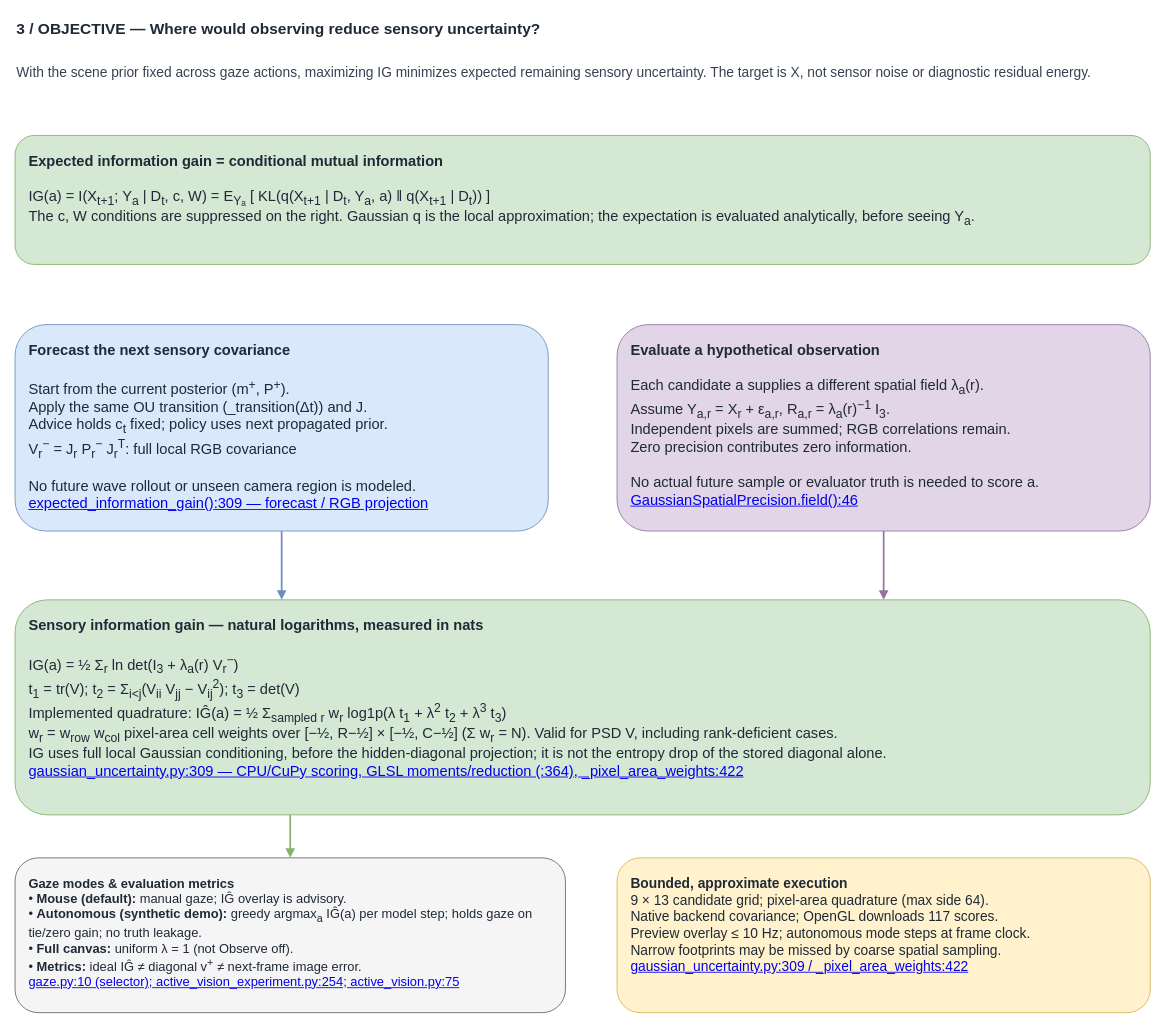
The draw.io diagram page "3 - Sensory information objective" (3 of 3) of docs/predictive-uncertainty-math.drawio in EternalGoldenBraid/AudioViz, before the edit. Source tidied: cells renumbered, new cells numbered last; positions are measured from the earlier drawing's top-left corner, leaving out a move shared by most shapes. Both pictures are drawn from the tidied source at 86%, with x=0, y=0 at pixel (15, 15).
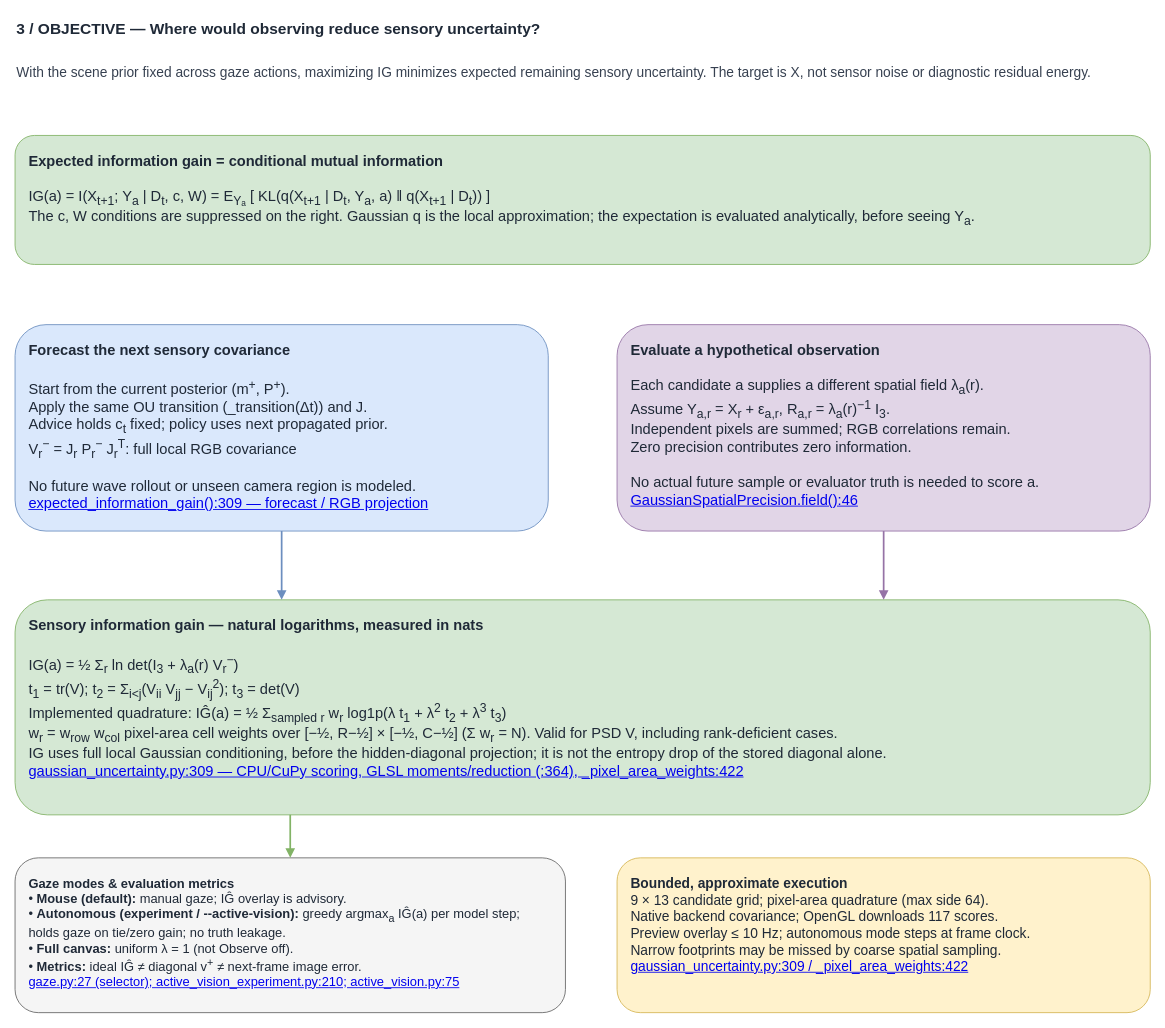
After the change.

Commit message (it also covers changes not shown here):
Active vision: sync docs and diagram for live main camera-only integration

Diff of the diagram source:
```diff
@@
 <mxGraphModel background="#ffffff">
   <root>
     <mxCell id="0" />
     <mxCell id="1" parent="0" />
     <mxCell id="2" value="3 / OBJECTIVE — Where would observing reduce sensory uncertainty?" style="text;whiteSpace=wrap;html=1;fontSize=18;fontStyle=1;align=left;fontColor=#1f2937;" parent="1" vertex="1">
       <mxGeometry width="1320" height="40" as="geometry" />
     </mxCell>
     <mxCell id="3" value="With the scene prior fixed across gaze actions, maximizing IG minimizes expected remaining sensory uncertainty. The target is X, not sensor noise or diagnostic residual energy." style="text;whiteSpace=wrap;html=1;fontSize=16;align=left;fontColor=#374151;" parent="1" vertex="1">
       <mxGeometry y="50" width="1320" height="50" as="geometry" />
     </mxCell>
     <mxCell id="4" value="&lt;b&gt;Expected information gain = conditional mutual information&lt;/b&gt;&lt;br&gt;&lt;br&gt;IG(a) = I(X&lt;sub&gt;t+1&lt;/sub&gt;; Y&lt;sub&gt;a&lt;/sub&gt; | D&lt;sub&gt;t&lt;/sub&gt;, c, W) = E&lt;sub&gt;Yₐ&lt;/sub&gt; [ KL(q(X&lt;sub&gt;t+1&lt;/sub&gt; | D&lt;sub&gt;t&lt;/sub&gt;, Y&lt;sub&gt;a&lt;/sub&gt;, a) ‖ q(X&lt;sub&gt;t+1&lt;/sub&gt; | D&lt;sub&gt;t&lt;/sub&gt;)) ]&lt;br&gt;The c, W conditions are suppressed on the right. Gaussian q is the local approximation; the expectation is evaluated analytically, before seeing Y&lt;sub&gt;a&lt;/sub&gt;." style="rounded=1;whiteSpace=wrap;html=1;fillColor=#d5e8d4;strokeColor=#82b366;fontColor=#1f2937;fontSize=17;align=left;verticalAlign=top;spacing=16;" parent="1" vertex="1">
       <mxGeometry y="140" width="1320" height="150" as="geometry" />
     </mxCell>
     <mxCell id="5" value="&lt;b&gt;Forecast the next sensory covariance&lt;/b&gt;&lt;br&gt;&lt;br&gt;Start from the current posterior (m&lt;sup&gt;+&lt;/sup&gt;, P&lt;sup&gt;+&lt;/sup&gt;).&lt;br&gt;Apply the same OU transition (_transition(Δt)) and J.&lt;br&gt;Advice holds c&lt;sub&gt;t&lt;/sub&gt; fixed; policy uses next propagated prior.&lt;br&gt;V&lt;sub&gt;r&lt;/sub&gt;&lt;sup&gt;−&lt;/sup&gt; = J&lt;sub&gt;r&lt;/sub&gt; P&lt;sub&gt;r&lt;/sub&gt;&lt;sup&gt;−&lt;/sup&gt; J&lt;sub&gt;r&lt;/sub&gt;&lt;sup&gt;T&lt;/sup&gt;: full local RGB covariance&lt;br&gt;&lt;br&gt;No future wave rollout or unseen camera region is modeled.&lt;br&gt;&lt;a href=&quot;vscode://file/home/nicklas/Projects/AudioViz/src/audioviz/readouts/gaussian_uncertainty.py:309:1&quot;&gt;expected_information_gain():309 — forecast / RGB projection&lt;/a&gt;" style="rounded=1;whiteSpace=wrap;html=1;fillColor=#dae8fc;strokeColor=#6c8ebf;fontColor=#1f2937;fontSize=17;align=left;verticalAlign=top;spacing=16;" parent="1" vertex="1">
       <mxGeometry y="360" width="620" height="240" as="geometry" />
     </mxCell>
     <mxCell id="6" value="&lt;b&gt;Evaluate a hypothetical observation&lt;/b&gt;&lt;br&gt;&lt;br&gt;Each candidate a supplies a different spatial field λ&lt;sub&gt;a&lt;/sub&gt;(r).&lt;br&gt;Assume Y&lt;sub&gt;a,r&lt;/sub&gt; = X&lt;sub&gt;r&lt;/sub&gt; + ε&lt;sub&gt;a,r&lt;/sub&gt;, R&lt;sub&gt;a,r&lt;/sub&gt; = λ&lt;sub&gt;a&lt;/sub&gt;(r)&lt;sup&gt;−1&lt;/sup&gt; I&lt;sub&gt;3&lt;/sub&gt;.&lt;br&gt;Independent pixels are summed; RGB correlations remain.&lt;br&gt;Zero precision contributes zero information.&lt;br&gt;&lt;br&gt;No actual future sample or evaluator truth is needed to score a.&lt;br&gt;&lt;a href=&quot;vscode://file/home/nicklas/Projects/AudioViz/src/audioviz/readouts/spatial_precision.py:46:1&quot;&gt;GaussianSpatialPrecision.field():46&lt;/a&gt;" style="rounded=1;whiteSpace=wrap;html=1;fillColor=#e1d5e7;strokeColor=#9673a6;fontColor=#1f2937;fontSize=17;align=left;verticalAlign=top;spacing=16;" parent="1" vertex="1">
       <mxGeometry x="700" y="360" width="620" height="240" as="geometry" />
     </mxCell>
     <mxCell id="7" value="&lt;b&gt;Sensory information gain — natural logarithms, measured in nats&lt;/b&gt;&lt;br&gt;&lt;br&gt;IG(a) = ½ Σ&lt;sub&gt;r&lt;/sub&gt; ln det(I&lt;sub&gt;3&lt;/sub&gt; + λ&lt;sub&gt;a&lt;/sub&gt;(r) V&lt;sub&gt;r&lt;/sub&gt;&lt;sup&gt;−&lt;/sup&gt;)&lt;br&gt;t&lt;sub&gt;1&lt;/sub&gt; = tr(V); t&lt;sub&gt;2&lt;/sub&gt; = Σ&lt;sub&gt;i&amp;lt;j&lt;/sub&gt;(V&lt;sub&gt;ii&lt;/sub&gt; V&lt;sub&gt;jj&lt;/sub&gt; − V&lt;sub&gt;ij&lt;/sub&gt;&lt;sup&gt;2&lt;/sup&gt;); t&lt;sub&gt;3&lt;/sub&gt; = det(V)&lt;br&gt;Implemented quadrature: IĜ(a) = ½ Σ&lt;sub&gt;sampled r&lt;/sub&gt; w&lt;sub&gt;r&lt;/sub&gt; log1p(λ t&lt;sub&gt;1&lt;/sub&gt; + λ&lt;sup&gt;2&lt;/sup&gt; t&lt;sub&gt;2&lt;/sub&gt; + λ&lt;sup&gt;3&lt;/sup&gt; t&lt;sub&gt;3&lt;/sub&gt;)&lt;br&gt;w&lt;sub&gt;r&lt;/sub&gt; = w&lt;sub&gt;row&lt;/sub&gt; w&lt;sub&gt;col&lt;/sub&gt; pixel-area cell weights over [−½, R−½] × [−½, C−½] (Σ w&lt;sub&gt;r&lt;/sub&gt; = N). Valid for PSD V, including rank-deficient cases.&lt;br&gt;IG uses full local Gaussian conditioning, before the hidden-diagonal projection; it is not the entropy drop of the stored diagonal alone.&lt;br&gt;&lt;a href=&quot;vscode://file/home/nicklas/Projects/AudioViz/src/audioviz/readouts/gaussian_uncertainty.py:309:1&quot;&gt;gaussian_uncertainty.py:309 — CPU/CuPy scoring, GLSL moments/reduction (:364), _pixel_area_weights:422&lt;/a&gt;" style="rounded=1;whiteSpace=wrap;html=1;fillColor=#d5e8d4;strokeColor=#82b366;fontColor=#1f2937;fontSize=17;align=left;verticalAlign=top;spacing=16;" parent="1" vertex="1">
       <mxGeometry y="680" width="1320" height="250" as="geometry" />
     </mxCell>
-    <mxCell id="8" value="&lt;b&gt;Gaze modes &amp;amp; evaluation metrics&lt;/b&gt;&lt;br&gt;• &lt;b&gt;Mouse (default):&lt;/b&gt; manual gaze; IĜ overlay is advisory.&lt;br&gt;• &lt;b&gt;Autonomous (synthetic demo):&lt;/b&gt; greedy argmax&lt;sub&gt;a&lt;/sub&gt; IĜ(a) per model step; holds gaze on tie/zero gain; no truth leakage.&lt;br&gt;• &lt;b&gt;Full canvas:&lt;/b&gt; uniform λ = 1 (not Observe off).&lt;br&gt;• &lt;b&gt;Metrics:&lt;/b&gt; ideal IĜ ≠ diagonal v&lt;sup&gt;+&lt;/sup&gt; ≠ next-frame image error.&lt;br&gt;&lt;a href=&quot;vscode://file/home/nicklas/Projects/AudioViz/src/audioviz/sources/gaze.py:10:1&quot;&gt;gaze.py:10 (selector); active_vision_experiment.py:254; active_vision.py:75&lt;/a&gt;" style="rounded=1;whiteSpace=wrap;html=1;fillColor=#f5f5f5;strokeColor=#666666;fontColor=#1f2937;fontSize=15;align=left;verticalAlign=top;spacing=16;" parent="1" vertex="1">
+    <mxCell id="8" value="&lt;b&gt;Gaze modes &amp;amp; evaluation metrics&lt;/b&gt;&lt;br&gt;• &lt;b&gt;Mouse (default):&lt;/b&gt; manual gaze; IĜ overlay is advisory.&lt;br&gt;• &lt;b&gt;Autonomous (experiment / --active-vision):&lt;/b&gt; greedy argmax&lt;sub&gt;a&lt;/sub&gt; IĜ(a) per model step; holds gaze on tie/zero gain; no truth leakage.&lt;br&gt;• &lt;b&gt;Full canvas:&lt;/b&gt; uniform λ = 1 (not Observe off).&lt;br&gt;• &lt;b&gt;Metrics:&lt;/b&gt; ideal IĜ ≠ diagonal v&lt;sup&gt;+&lt;/sup&gt; ≠ next-frame image error.&lt;br&gt;&lt;a href=&quot;vscode://file/home/nicklas/Projects/AudioViz/src/audioviz/sources/gaze.py:27:1&quot;&gt;gaze.py:27 (selector); active_vision_experiment.py:210; active_vision.py:75&lt;/a&gt;" style="rounded=1;whiteSpace=wrap;html=1;fillColor=#f5f5f5;strokeColor=#666666;fontColor=#1f2937;fontSize=15;align=left;verticalAlign=top;spacing=16;" parent="1" vertex="1">
       <mxGeometry y="980" width="640" height="180" as="geometry" />
     </mxCell>
     <mxCell id="9" value="&lt;b&gt;Bounded, approximate execution&lt;/b&gt;&lt;br&gt;9 × 13 candidate grid; pixel-area quadrature (max side 64).&lt;br&gt;Native backend covariance; OpenGL downloads 117 scores.&lt;br&gt;Preview overlay ≤ 10 Hz; autonomous mode steps at frame clock.&lt;br&gt;Narrow footprints may be missed by coarse spatial sampling.&lt;br&gt;&lt;a href=&quot;vscode://file/home/nicklas/Projects/AudioViz/src/audioviz/readouts/gaussian_uncertainty.py:309:1&quot;&gt;gaussian_uncertainty.py:309 / _pixel_area_weights:422&lt;/a&gt;" style="rounded=1;whiteSpace=wrap;html=1;fillColor=#fff2cc;strokeColor=#d6b656;fontColor=#1f2937;fontSize=16;align=left;verticalAlign=top;spacing=16;" parent="1" vertex="1">
       <mxGeometry x="700" y="980" width="620" height="180" as="geometry" />
     </mxCell>
     <mxCell id="10" style="edgeStyle=orthogonalEdgeStyle;html=1;strokeColor=#6c8ebf;strokeWidth=2;endArrow=block;exitX=0.5;exitY=1;entryX=0.23485;entryY=0;" parent="1" edge="1" source="5" target="7">
       <mxGeometry relative="1" as="geometry" />
     </mxCell>
     <mxCell id="11" style="edgeStyle=orthogonalEdgeStyle;html=1;strokeColor=#9673a6;strokeWidth=2;endArrow=block;exitX=0.5;exitY=1;entryX=0.76515;entryY=0;" parent="1" edge="1" source="6" target="7">
       <mxGeometry relative="1" as="geometry" />
     </mxCell>
     <mxCell id="12" style="edgeStyle=orthogonalEdgeStyle;html=1;strokeColor=#82b366;strokeWidth=2;endArrow=block;exitX=0.24242;exitY=1;entryX=0.5;entryY=0;" parent="1" edge="1" source="7" target="8">
       <mxGeometry relative="1" as="geometry" />
     </mxCell>
   </root>
 </mxGraphModel>
```
